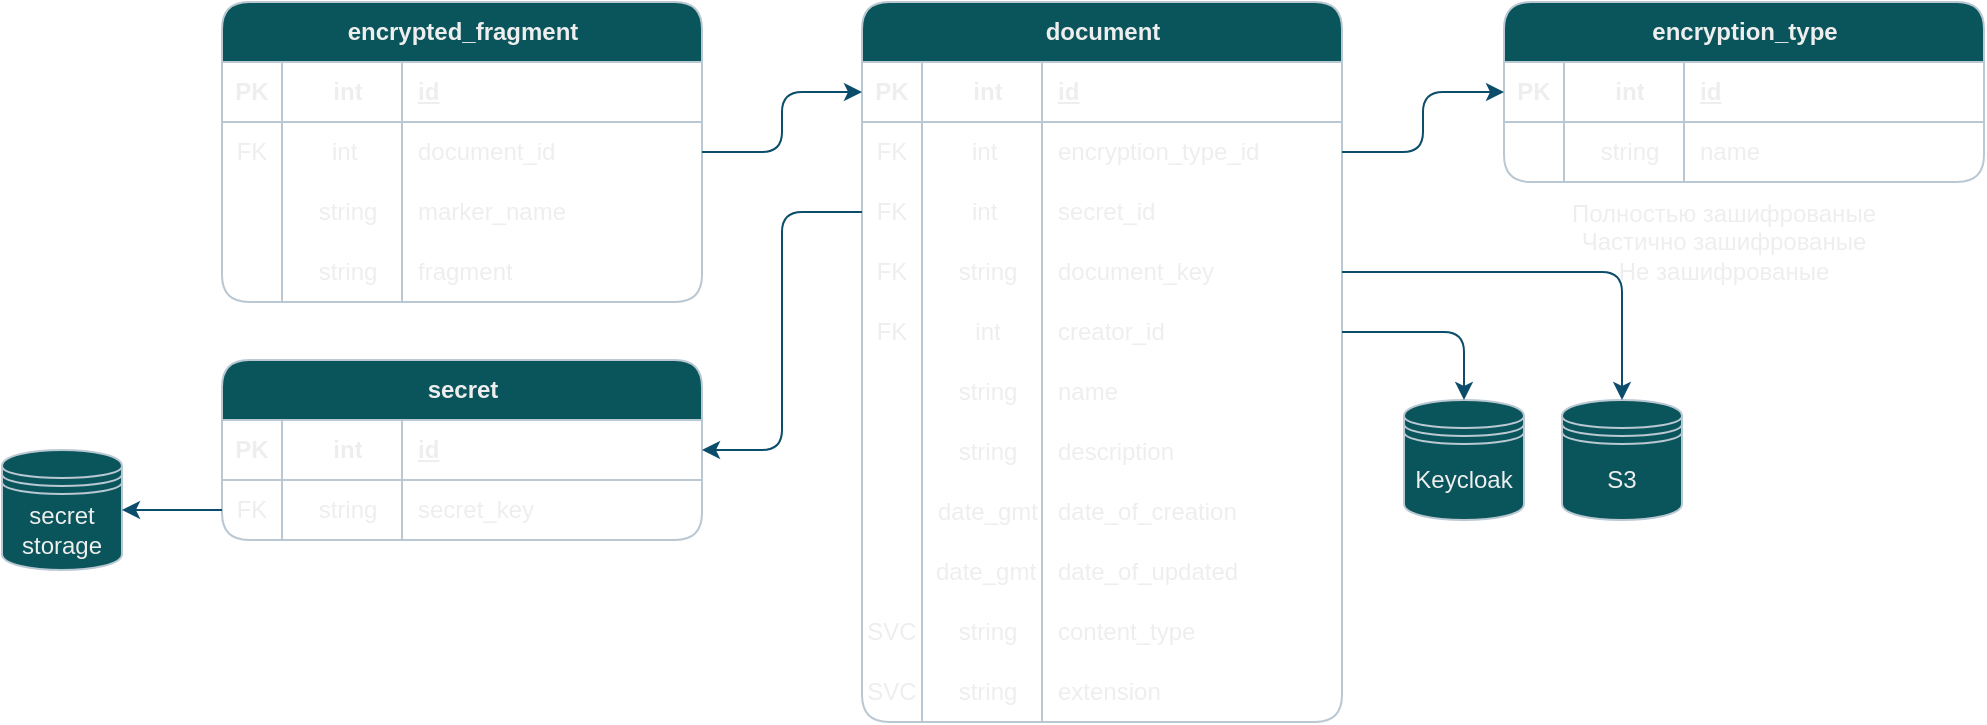
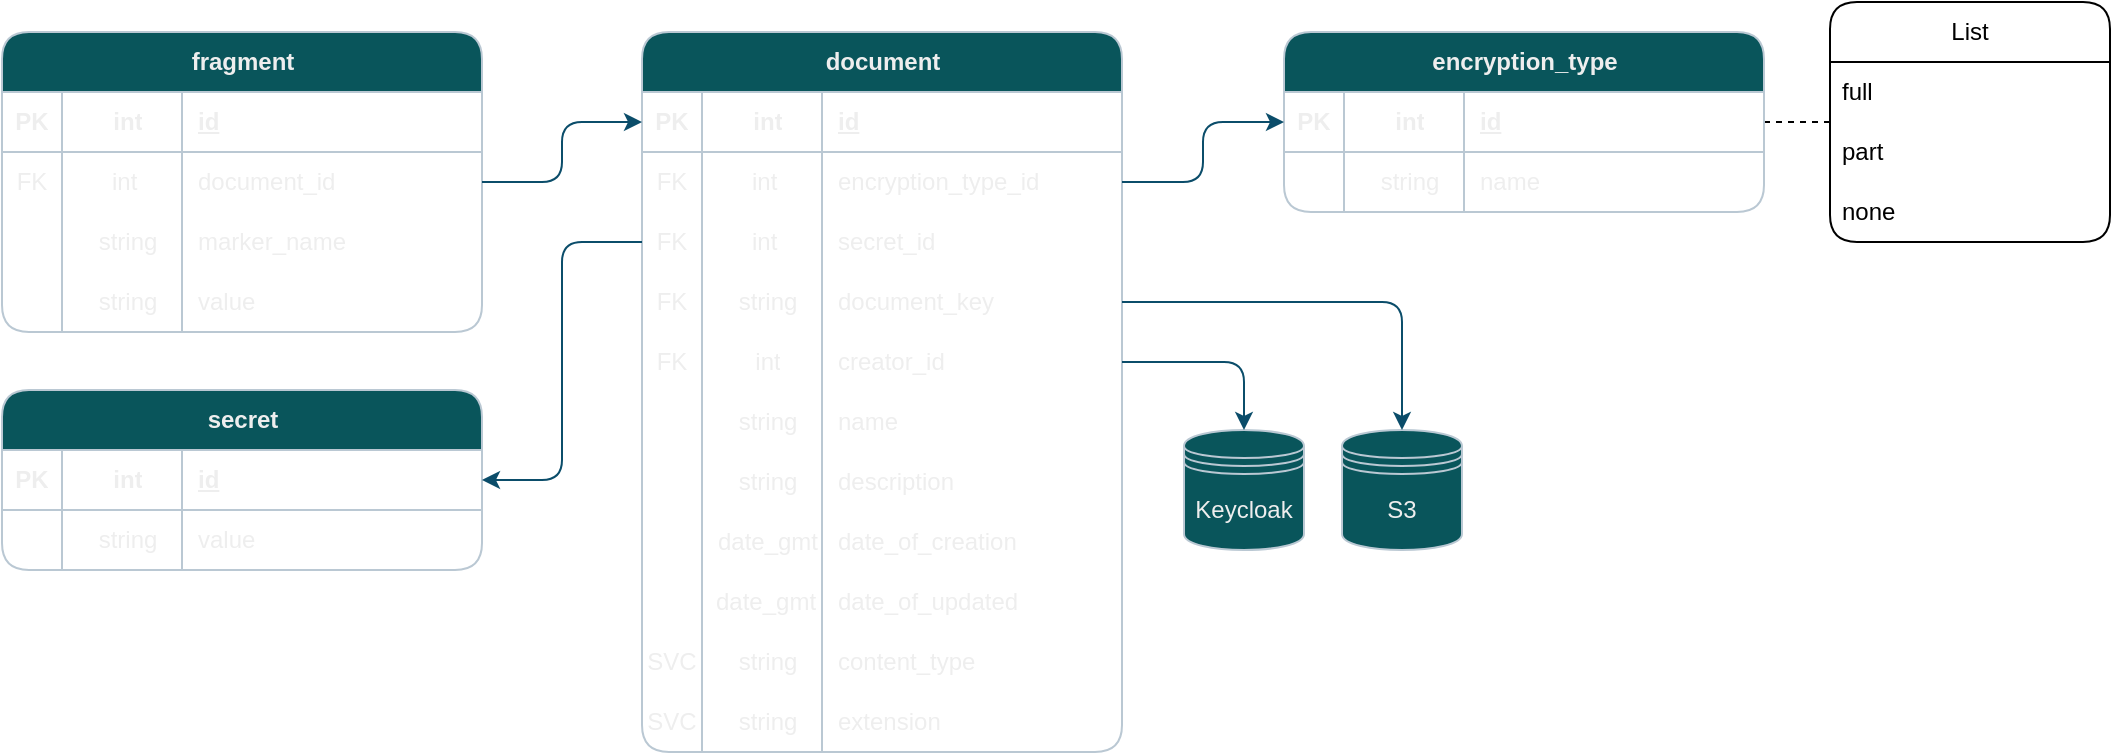
<mxfile host="65bd71144e">
    <diagram name="ER" id="ozNQdtyLzqo4yl6MguCJ">
-         <mxGraphModel dx="726" dy="1956" grid="1" gridSize="10" guides="1" tooltips="1" connect="1" arrows="1" fold="1" page="1" pageScale="1" pageWidth="827" pageHeight="1169" background="none" math="0" shadow="0" adaptiveColors="simple">
+         <mxGraphModel dx="666" dy="1712" grid="1" gridSize="10" guides="1" tooltips="1" connect="1" arrows="1" fold="1" page="1" pageScale="1" pageWidth="827" pageHeight="1169" background="none" math="0" shadow="0" adaptiveColors="simple">
            <root>
                <mxCell id="0"/>
                <mxCell id="1" parent="0"/>
                <mxCell id="WeMIfrzVzb1mhSaOXlbd-22" value="document" style="shape=table;startSize=30;container=1;collapsible=1;childLayout=tableLayout;fixedRows=1;rowLines=0;fontStyle=1;align=center;resizeLast=1;html=1;rounded=1;strokeColor=#BAC8D3;fontColor=#EEEEEE;fillColor=#09555B;labelBackgroundColor=none;" parent="1" vertex="1">
                    <mxGeometry x="920" y="-199" width="240" height="360" as="geometry"/>
                </mxCell>
                <mxCell id="WeMIfrzVzb1mhSaOXlbd-23" value="" style="shape=tableRow;horizontal=0;startSize=0;swimlaneHead=0;swimlaneBody=0;fillColor=none;collapsible=0;dropTarget=0;points=[[0,0.5],[1,0.5]];portConstraint=eastwest;top=0;left=0;right=0;bottom=1;rounded=1;strokeColor=#BAC8D3;fontColor=#EEEEEE;labelBackgroundColor=none;" parent="WeMIfrzVzb1mhSaOXlbd-22" vertex="1">
                    <mxGeometry y="30" width="240" height="30" as="geometry"/>
                </mxCell>
                <mxCell id="WeMIfrzVzb1mhSaOXlbd-24" value="PK" style="shape=partialRectangle;connectable=0;fillColor=none;top=0;left=0;bottom=0;right=0;fontStyle=1;overflow=hidden;whiteSpace=wrap;html=1;rounded=1;strokeColor=#BAC8D3;fontColor=#EEEEEE;labelBackgroundColor=none;" parent="WeMIfrzVzb1mhSaOXlbd-23" vertex="1">
                    <mxGeometry width="30" height="30" as="geometry">
                        <mxRectangle width="30" height="30" as="alternateBounds"/>
                    </mxGeometry>
                </mxCell>
                <mxCell id="WeMIfrzVzb1mhSaOXlbd-25" value="int" style="shape=partialRectangle;connectable=0;fillColor=none;top=0;left=0;bottom=0;right=0;align=center;spacingLeft=6;fontStyle=1;overflow=hidden;whiteSpace=wrap;html=1;rounded=1;strokeColor=#BAC8D3;fontColor=#EEEEEE;labelBackgroundColor=none;" parent="WeMIfrzVzb1mhSaOXlbd-23" vertex="1">
                    <mxGeometry x="30" width="60" height="30" as="geometry">
                        <mxRectangle width="60" height="30" as="alternateBounds"/>
                    </mxGeometry>
                </mxCell>
                <mxCell id="WeMIfrzVzb1mhSaOXlbd-26" value="id" style="shape=partialRectangle;connectable=0;fillColor=none;top=0;left=0;bottom=0;right=0;align=left;spacingLeft=6;fontStyle=5;overflow=hidden;whiteSpace=wrap;html=1;rounded=1;strokeColor=#BAC8D3;fontColor=#EEEEEE;labelBackgroundColor=none;" parent="WeMIfrzVzb1mhSaOXlbd-23" vertex="1">
                    <mxGeometry x="90" width="150" height="30" as="geometry">
                        <mxRectangle width="150" height="30" as="alternateBounds"/>
                    </mxGeometry>
                </mxCell>
                <mxCell id="9z7OLy6JW_8dJLC3T-MT-35" style="shape=tableRow;horizontal=0;startSize=0;swimlaneHead=0;swimlaneBody=0;fillColor=none;collapsible=0;dropTarget=0;points=[[0,0.5],[1,0.5]];portConstraint=eastwest;top=0;left=0;right=0;bottom=0;rounded=1;strokeColor=#BAC8D3;fontColor=#EEEEEE;labelBackgroundColor=none;" parent="WeMIfrzVzb1mhSaOXlbd-22" vertex="1">
                    <mxGeometry y="60" width="240" height="30" as="geometry"/>
                </mxCell>
                <mxCell id="9z7OLy6JW_8dJLC3T-MT-36" value="FK" style="shape=partialRectangle;connectable=0;fillColor=none;top=0;left=0;bottom=0;right=0;editable=1;overflow=hidden;whiteSpace=wrap;html=1;rounded=1;strokeColor=#BAC8D3;fontColor=#EEEEEE;labelBackgroundColor=none;" parent="9z7OLy6JW_8dJLC3T-MT-35" vertex="1">
                    <mxGeometry width="30" height="30" as="geometry">
                        <mxRectangle width="30" height="30" as="alternateBounds"/>
                    </mxGeometry>
                </mxCell>
                <mxCell id="9z7OLy6JW_8dJLC3T-MT-37" value="int&amp;nbsp;" style="shape=partialRectangle;connectable=0;fillColor=none;top=0;left=0;bottom=0;right=0;align=center;spacingLeft=6;overflow=hidden;whiteSpace=wrap;html=1;rounded=1;strokeColor=#BAC8D3;fontColor=#EEEEEE;fontStyle=0;labelBackgroundColor=none;" parent="9z7OLy6JW_8dJLC3T-MT-35" vertex="1">
                    <mxGeometry x="30" width="60" height="30" as="geometry">
                        <mxRectangle width="60" height="30" as="alternateBounds"/>
                    </mxGeometry>
                </mxCell>
                <mxCell id="9z7OLy6JW_8dJLC3T-MT-38" value="encryption_type_id" style="shape=partialRectangle;connectable=0;fillColor=none;top=0;left=0;bottom=0;right=0;align=left;spacingLeft=6;overflow=hidden;whiteSpace=wrap;html=1;rounded=1;strokeColor=#BAC8D3;fontColor=#EEEEEE;labelBackgroundColor=none;" parent="9z7OLy6JW_8dJLC3T-MT-35" vertex="1">
                    <mxGeometry x="90" width="150" height="30" as="geometry">
                        <mxRectangle width="150" height="30" as="alternateBounds"/>
                    </mxGeometry>
                </mxCell>
                <mxCell id="WeMIfrzVzb1mhSaOXlbd-31" value="" style="shape=tableRow;horizontal=0;startSize=0;swimlaneHead=0;swimlaneBody=0;fillColor=none;collapsible=0;dropTarget=0;points=[[0,0.5],[1,0.5]];portConstraint=eastwest;top=0;left=0;right=0;bottom=0;rounded=1;strokeColor=#BAC8D3;fontColor=#EEEEEE;labelBackgroundColor=none;" parent="WeMIfrzVzb1mhSaOXlbd-22" vertex="1">
                    <mxGeometry y="90" width="240" height="30" as="geometry"/>
                </mxCell>
                <mxCell id="WeMIfrzVzb1mhSaOXlbd-32" value="FK" style="shape=partialRectangle;connectable=0;fillColor=none;top=0;left=0;bottom=0;right=0;editable=1;overflow=hidden;whiteSpace=wrap;html=1;rounded=1;strokeColor=#BAC8D3;fontColor=#EEEEEE;labelBackgroundColor=none;" parent="WeMIfrzVzb1mhSaOXlbd-31" vertex="1">
                    <mxGeometry width="30" height="30" as="geometry">
                        <mxRectangle width="30" height="30" as="alternateBounds"/>
                    </mxGeometry>
                </mxCell>
                <mxCell id="WeMIfrzVzb1mhSaOXlbd-33" value="int&amp;nbsp;" style="shape=partialRectangle;connectable=0;fillColor=none;top=0;left=0;bottom=0;right=0;align=center;spacingLeft=6;overflow=hidden;whiteSpace=wrap;html=1;rounded=1;strokeColor=#BAC8D3;fontColor=#EEEEEE;fontStyle=0;labelBackgroundColor=none;" parent="WeMIfrzVzb1mhSaOXlbd-31" vertex="1">
                    <mxGeometry x="30" width="60" height="30" as="geometry">
                        <mxRectangle width="60" height="30" as="alternateBounds"/>
                    </mxGeometry>
                </mxCell>
                <mxCell id="WeMIfrzVzb1mhSaOXlbd-34" value="secret_id" style="shape=partialRectangle;connectable=0;fillColor=none;top=0;left=0;bottom=0;right=0;align=left;spacingLeft=6;overflow=hidden;whiteSpace=wrap;html=1;rounded=1;strokeColor=#BAC8D3;fontColor=#EEEEEE;labelBackgroundColor=none;" parent="WeMIfrzVzb1mhSaOXlbd-31" vertex="1">
                    <mxGeometry x="90" width="150" height="30" as="geometry">
                        <mxRectangle width="150" height="30" as="alternateBounds"/>
                    </mxGeometry>
                </mxCell>
                <mxCell id="WeMIfrzVzb1mhSaOXlbd-27" value="" style="shape=tableRow;horizontal=0;startSize=0;swimlaneHead=0;swimlaneBody=0;fillColor=none;collapsible=0;dropTarget=0;points=[[0,0.5],[1,0.5]];portConstraint=eastwest;top=0;left=0;right=0;bottom=0;rounded=1;strokeColor=#BAC8D3;fontColor=#EEEEEE;labelBackgroundColor=none;" parent="WeMIfrzVzb1mhSaOXlbd-22" vertex="1">
                    <mxGeometry y="120" width="240" height="30" as="geometry"/>
                </mxCell>
                <mxCell id="WeMIfrzVzb1mhSaOXlbd-28" value="FK" style="shape=partialRectangle;connectable=0;fillColor=none;top=0;left=0;bottom=0;right=0;editable=1;overflow=hidden;whiteSpace=wrap;html=1;rounded=1;strokeColor=#BAC8D3;fontColor=#EEEEEE;labelBackgroundColor=none;" parent="WeMIfrzVzb1mhSaOXlbd-27" vertex="1">
                    <mxGeometry width="30" height="30" as="geometry">
                        <mxRectangle width="30" height="30" as="alternateBounds"/>
                    </mxGeometry>
                </mxCell>
                <mxCell id="WeMIfrzVzb1mhSaOXlbd-29" value="string" style="shape=partialRectangle;connectable=0;fillColor=none;top=0;left=0;bottom=0;right=0;align=center;spacingLeft=6;overflow=hidden;whiteSpace=wrap;html=1;rounded=1;strokeColor=#BAC8D3;fontColor=#EEEEEE;fontStyle=0;labelBackgroundColor=none;" parent="WeMIfrzVzb1mhSaOXlbd-27" vertex="1">
                    <mxGeometry x="30" width="60" height="30" as="geometry">
                        <mxRectangle width="60" height="30" as="alternateBounds"/>
                    </mxGeometry>
                </mxCell>
                <mxCell id="WeMIfrzVzb1mhSaOXlbd-30" value="document_key" style="shape=partialRectangle;connectable=0;fillColor=none;top=0;left=0;bottom=0;right=0;align=left;spacingLeft=6;overflow=hidden;whiteSpace=wrap;html=1;rounded=1;strokeColor=#BAC8D3;fontColor=#EEEEEE;labelBackgroundColor=none;" parent="WeMIfrzVzb1mhSaOXlbd-27" vertex="1">
                    <mxGeometry x="90" width="150" height="30" as="geometry">
                        <mxRectangle width="150" height="30" as="alternateBounds"/>
                    </mxGeometry>
                </mxCell>
                <mxCell id="9z7OLy6JW_8dJLC3T-MT-43" style="shape=tableRow;horizontal=0;startSize=0;swimlaneHead=0;swimlaneBody=0;fillColor=none;collapsible=0;dropTarget=0;points=[[0,0.5],[1,0.5]];portConstraint=eastwest;top=0;left=0;right=0;bottom=0;rounded=1;strokeColor=#BAC8D3;fontColor=#EEEEEE;labelBackgroundColor=none;" parent="WeMIfrzVzb1mhSaOXlbd-22" vertex="1">
                    <mxGeometry y="150" width="240" height="30" as="geometry"/>
                </mxCell>
                <mxCell id="9z7OLy6JW_8dJLC3T-MT-44" value="FK" style="shape=partialRectangle;connectable=0;fillColor=none;top=0;left=0;bottom=0;right=0;editable=1;overflow=hidden;whiteSpace=wrap;html=1;rounded=1;strokeColor=#BAC8D3;fontColor=#EEEEEE;labelBackgroundColor=none;" parent="9z7OLy6JW_8dJLC3T-MT-43" vertex="1">
                    <mxGeometry width="30" height="30" as="geometry">
                        <mxRectangle width="30" height="30" as="alternateBounds"/>
                    </mxGeometry>
                </mxCell>
                <mxCell id="9z7OLy6JW_8dJLC3T-MT-45" value="int" style="shape=partialRectangle;connectable=0;fillColor=none;top=0;left=0;bottom=0;right=0;align=center;spacingLeft=6;overflow=hidden;whiteSpace=wrap;html=1;rounded=1;strokeColor=#BAC8D3;fontColor=#EEEEEE;fontStyle=0;labelBackgroundColor=none;" parent="9z7OLy6JW_8dJLC3T-MT-43" vertex="1">
                    <mxGeometry x="30" width="60" height="30" as="geometry">
                        <mxRectangle width="60" height="30" as="alternateBounds"/>
                    </mxGeometry>
                </mxCell>
                <mxCell id="9z7OLy6JW_8dJLC3T-MT-46" value="creator_id" style="shape=partialRectangle;connectable=0;fillColor=none;top=0;left=0;bottom=0;right=0;align=left;spacingLeft=6;overflow=hidden;whiteSpace=wrap;html=1;rounded=1;strokeColor=#BAC8D3;fontColor=#EEEEEE;labelBackgroundColor=none;" parent="9z7OLy6JW_8dJLC3T-MT-43" vertex="1">
                    <mxGeometry x="90" width="150" height="30" as="geometry">
                        <mxRectangle width="150" height="30" as="alternateBounds"/>
                    </mxGeometry>
                </mxCell>
                <mxCell id="02yuYbhJ1XJTnmvCylMU-35" style="shape=tableRow;horizontal=0;startSize=0;swimlaneHead=0;swimlaneBody=0;fillColor=none;collapsible=0;dropTarget=0;points=[[0,0.5],[1,0.5]];portConstraint=eastwest;top=0;left=0;right=0;bottom=0;rounded=1;strokeColor=#BAC8D3;fontColor=#EEEEEE;labelBackgroundColor=none;" parent="WeMIfrzVzb1mhSaOXlbd-22" vertex="1">
                    <mxGeometry y="180" width="240" height="30" as="geometry"/>
                </mxCell>
                <mxCell id="02yuYbhJ1XJTnmvCylMU-36" style="shape=partialRectangle;connectable=0;fillColor=none;top=0;left=0;bottom=0;right=0;editable=1;overflow=hidden;whiteSpace=wrap;html=1;rounded=1;strokeColor=#BAC8D3;fontColor=#EEEEEE;labelBackgroundColor=none;" parent="02yuYbhJ1XJTnmvCylMU-35" vertex="1">
                    <mxGeometry width="30" height="30" as="geometry">
                        <mxRectangle width="30" height="30" as="alternateBounds"/>
                    </mxGeometry>
                </mxCell>
                <mxCell id="02yuYbhJ1XJTnmvCylMU-37" value="string" style="shape=partialRectangle;connectable=0;fillColor=none;top=0;left=0;bottom=0;right=0;align=center;spacingLeft=6;overflow=hidden;whiteSpace=wrap;html=1;rounded=1;strokeColor=#BAC8D3;fontColor=#EEEEEE;fontStyle=0;labelBackgroundColor=none;" parent="02yuYbhJ1XJTnmvCylMU-35" vertex="1">
                    <mxGeometry x="30" width="60" height="30" as="geometry">
                        <mxRectangle width="60" height="30" as="alternateBounds"/>
                    </mxGeometry>
                </mxCell>
                <mxCell id="02yuYbhJ1XJTnmvCylMU-38" value="name" style="shape=partialRectangle;connectable=0;fillColor=none;top=0;left=0;bottom=0;right=0;align=left;spacingLeft=6;overflow=hidden;whiteSpace=wrap;html=1;rounded=1;strokeColor=#BAC8D3;fontColor=#EEEEEE;labelBackgroundColor=none;" parent="02yuYbhJ1XJTnmvCylMU-35" vertex="1">
                    <mxGeometry x="90" width="150" height="30" as="geometry">
                        <mxRectangle width="150" height="30" as="alternateBounds"/>
                    </mxGeometry>
                </mxCell>
                <mxCell id="02yuYbhJ1XJTnmvCylMU-31" style="shape=tableRow;horizontal=0;startSize=0;swimlaneHead=0;swimlaneBody=0;fillColor=none;collapsible=0;dropTarget=0;points=[[0,0.5],[1,0.5]];portConstraint=eastwest;top=0;left=0;right=0;bottom=0;rounded=1;strokeColor=#BAC8D3;fontColor=#EEEEEE;labelBackgroundColor=none;" parent="WeMIfrzVzb1mhSaOXlbd-22" vertex="1">
                    <mxGeometry y="210" width="240" height="30" as="geometry"/>
                </mxCell>
                <mxCell id="02yuYbhJ1XJTnmvCylMU-32" style="shape=partialRectangle;connectable=0;fillColor=none;top=0;left=0;bottom=0;right=0;editable=1;overflow=hidden;whiteSpace=wrap;html=1;rounded=1;strokeColor=#BAC8D3;fontColor=#EEEEEE;labelBackgroundColor=none;" parent="02yuYbhJ1XJTnmvCylMU-31" vertex="1">
                    <mxGeometry width="30" height="30" as="geometry">
                        <mxRectangle width="30" height="30" as="alternateBounds"/>
                    </mxGeometry>
                </mxCell>
                <mxCell id="02yuYbhJ1XJTnmvCylMU-33" value="string" style="shape=partialRectangle;connectable=0;fillColor=none;top=0;left=0;bottom=0;right=0;align=center;spacingLeft=6;overflow=hidden;whiteSpace=wrap;html=1;rounded=1;strokeColor=#BAC8D3;fontColor=#EEEEEE;fontStyle=0;labelBackgroundColor=none;" parent="02yuYbhJ1XJTnmvCylMU-31" vertex="1">
                    <mxGeometry x="30" width="60" height="30" as="geometry">
                        <mxRectangle width="60" height="30" as="alternateBounds"/>
                    </mxGeometry>
                </mxCell>
                <mxCell id="02yuYbhJ1XJTnmvCylMU-34" value="description" style="shape=partialRectangle;connectable=0;fillColor=none;top=0;left=0;bottom=0;right=0;align=left;spacingLeft=6;overflow=hidden;whiteSpace=wrap;html=1;rounded=1;strokeColor=#BAC8D3;fontColor=#EEEEEE;labelBackgroundColor=none;" parent="02yuYbhJ1XJTnmvCylMU-31" vertex="1">
                    <mxGeometry x="90" width="150" height="30" as="geometry">
                        <mxRectangle width="150" height="30" as="alternateBounds"/>
                    </mxGeometry>
                </mxCell>
                <mxCell id="DQQT187eWOYeW75ENzVE-5" style="shape=tableRow;horizontal=0;startSize=0;swimlaneHead=0;swimlaneBody=0;fillColor=none;collapsible=0;dropTarget=0;points=[[0,0.5],[1,0.5]];portConstraint=eastwest;top=0;left=0;right=0;bottom=0;rounded=1;strokeColor=#BAC8D3;fontColor=#EEEEEE;labelBackgroundColor=none;" parent="WeMIfrzVzb1mhSaOXlbd-22" vertex="1">
                    <mxGeometry y="240" width="240" height="30" as="geometry"/>
                </mxCell>
                <mxCell id="DQQT187eWOYeW75ENzVE-6" style="shape=partialRectangle;connectable=0;fillColor=none;top=0;left=0;bottom=0;right=0;editable=1;overflow=hidden;whiteSpace=wrap;html=1;rounded=1;strokeColor=#BAC8D3;fontColor=#EEEEEE;labelBackgroundColor=none;" parent="DQQT187eWOYeW75ENzVE-5" vertex="1">
                    <mxGeometry width="30" height="30" as="geometry">
                        <mxRectangle width="30" height="30" as="alternateBounds"/>
                    </mxGeometry>
                </mxCell>
                <mxCell id="DQQT187eWOYeW75ENzVE-7" value="date_gmt" style="shape=partialRectangle;connectable=0;fillColor=none;top=0;left=0;bottom=0;right=0;align=center;spacingLeft=6;overflow=hidden;whiteSpace=wrap;html=1;rounded=1;strokeColor=#BAC8D3;fontColor=#EEEEEE;fontStyle=0;labelBackgroundColor=none;" parent="DQQT187eWOYeW75ENzVE-5" vertex="1">
                    <mxGeometry x="30" width="60" height="30" as="geometry">
                        <mxRectangle width="60" height="30" as="alternateBounds"/>
                    </mxGeometry>
                </mxCell>
                <mxCell id="DQQT187eWOYeW75ENzVE-8" value="date_of_creation" style="shape=partialRectangle;connectable=0;fillColor=none;top=0;left=0;bottom=0;right=0;align=left;spacingLeft=6;overflow=hidden;whiteSpace=wrap;html=1;rounded=1;strokeColor=#BAC8D3;fontColor=#EEEEEE;labelBackgroundColor=none;" parent="DQQT187eWOYeW75ENzVE-5" vertex="1">
                    <mxGeometry x="90" width="150" height="30" as="geometry">
                        <mxRectangle width="150" height="30" as="alternateBounds"/>
                    </mxGeometry>
                </mxCell>
                <mxCell id="DQQT187eWOYeW75ENzVE-9" style="shape=tableRow;horizontal=0;startSize=0;swimlaneHead=0;swimlaneBody=0;fillColor=none;collapsible=0;dropTarget=0;points=[[0,0.5],[1,0.5]];portConstraint=eastwest;top=0;left=0;right=0;bottom=0;rounded=1;strokeColor=#BAC8D3;fontColor=#EEEEEE;labelBackgroundColor=none;" parent="WeMIfrzVzb1mhSaOXlbd-22" vertex="1">
                    <mxGeometry y="270" width="240" height="30" as="geometry"/>
                </mxCell>
                <mxCell id="DQQT187eWOYeW75ENzVE-10" style="shape=partialRectangle;connectable=0;fillColor=none;top=0;left=0;bottom=0;right=0;editable=1;overflow=hidden;whiteSpace=wrap;html=1;rounded=1;strokeColor=#BAC8D3;fontColor=#EEEEEE;labelBackgroundColor=none;" parent="DQQT187eWOYeW75ENzVE-9" vertex="1">
                    <mxGeometry width="30" height="30" as="geometry">
                        <mxRectangle width="30" height="30" as="alternateBounds"/>
                    </mxGeometry>
                </mxCell>
                <mxCell id="DQQT187eWOYeW75ENzVE-11" value="date_gmt&amp;nbsp;" style="shape=partialRectangle;connectable=0;fillColor=none;top=0;left=0;bottom=0;right=0;align=center;spacingLeft=6;overflow=hidden;whiteSpace=wrap;html=1;rounded=1;strokeColor=#BAC8D3;fontColor=#EEEEEE;fontStyle=0;labelBackgroundColor=none;" parent="DQQT187eWOYeW75ENzVE-9" vertex="1">
                    <mxGeometry x="30" width="60" height="30" as="geometry">
                        <mxRectangle width="60" height="30" as="alternateBounds"/>
                    </mxGeometry>
                </mxCell>
                <mxCell id="DQQT187eWOYeW75ENzVE-12" value="date_of_updated" style="shape=partialRectangle;connectable=0;fillColor=none;top=0;left=0;bottom=0;right=0;align=left;spacingLeft=6;overflow=hidden;whiteSpace=wrap;html=1;rounded=1;strokeColor=#BAC8D3;fontColor=#EEEEEE;labelBackgroundColor=none;" parent="DQQT187eWOYeW75ENzVE-9" vertex="1">
                    <mxGeometry x="90" width="150" height="30" as="geometry">
                        <mxRectangle width="150" height="30" as="alternateBounds"/>
                    </mxGeometry>
                </mxCell>
                <mxCell id="WeMIfrzVzb1mhSaOXlbd-35" value="" style="shape=tableRow;horizontal=0;startSize=0;swimlaneHead=0;swimlaneBody=0;fillColor=none;collapsible=0;dropTarget=0;points=[[0,0.5],[1,0.5]];portConstraint=eastwest;top=0;left=0;right=0;bottom=0;rounded=1;strokeColor=#BAC8D3;fontColor=#EEEEEE;labelBackgroundColor=none;" parent="WeMIfrzVzb1mhSaOXlbd-22" vertex="1">
                    <mxGeometry y="300" width="240" height="30" as="geometry"/>
                </mxCell>
                <mxCell id="WeMIfrzVzb1mhSaOXlbd-36" value="SVC" style="shape=partialRectangle;connectable=0;fillColor=none;top=0;left=0;bottom=0;right=0;editable=1;overflow=hidden;whiteSpace=wrap;html=1;rounded=1;strokeColor=#BAC8D3;fontColor=#EEEEEE;labelBackgroundColor=none;" parent="WeMIfrzVzb1mhSaOXlbd-35" vertex="1">
                    <mxGeometry width="30" height="30" as="geometry">
                        <mxRectangle width="30" height="30" as="alternateBounds"/>
                    </mxGeometry>
                </mxCell>
                <mxCell id="WeMIfrzVzb1mhSaOXlbd-37" value="string" style="shape=partialRectangle;connectable=0;fillColor=none;top=0;left=0;bottom=0;right=0;align=center;spacingLeft=6;overflow=hidden;whiteSpace=wrap;html=1;rounded=1;strokeColor=#BAC8D3;fontColor=#EEEEEE;fontStyle=0;labelBackgroundColor=none;" parent="WeMIfrzVzb1mhSaOXlbd-35" vertex="1">
                    <mxGeometry x="30" width="60" height="30" as="geometry">
                        <mxRectangle width="60" height="30" as="alternateBounds"/>
                    </mxGeometry>
                </mxCell>
                <mxCell id="WeMIfrzVzb1mhSaOXlbd-38" value="content_type" style="shape=partialRectangle;connectable=0;fillColor=none;top=0;left=0;bottom=0;right=0;align=left;spacingLeft=6;overflow=hidden;whiteSpace=wrap;html=1;rounded=1;strokeColor=#BAC8D3;fontColor=#EEEEEE;labelBackgroundColor=none;" parent="WeMIfrzVzb1mhSaOXlbd-35" vertex="1">
                    <mxGeometry x="90" width="150" height="30" as="geometry">
                        <mxRectangle width="150" height="30" as="alternateBounds"/>
                    </mxGeometry>
                </mxCell>
                <mxCell id="DQQT187eWOYeW75ENzVE-1" style="shape=tableRow;horizontal=0;startSize=0;swimlaneHead=0;swimlaneBody=0;fillColor=none;collapsible=0;dropTarget=0;points=[[0,0.5],[1,0.5]];portConstraint=eastwest;top=0;left=0;right=0;bottom=0;rounded=1;strokeColor=#BAC8D3;fontColor=#EEEEEE;labelBackgroundColor=none;" parent="WeMIfrzVzb1mhSaOXlbd-22" vertex="1">
                    <mxGeometry y="330" width="240" height="30" as="geometry"/>
                </mxCell>
                <mxCell id="DQQT187eWOYeW75ENzVE-2" value="SVC" style="shape=partialRectangle;connectable=0;fillColor=none;top=0;left=0;bottom=0;right=0;editable=1;overflow=hidden;whiteSpace=wrap;html=1;rounded=1;strokeColor=#BAC8D3;fontColor=#EEEEEE;labelBackgroundColor=none;" parent="DQQT187eWOYeW75ENzVE-1" vertex="1">
                    <mxGeometry width="30" height="30" as="geometry">
                        <mxRectangle width="30" height="30" as="alternateBounds"/>
                    </mxGeometry>
                </mxCell>
                <mxCell id="DQQT187eWOYeW75ENzVE-3" value="string" style="shape=partialRectangle;connectable=0;fillColor=none;top=0;left=0;bottom=0;right=0;align=center;spacingLeft=6;overflow=hidden;whiteSpace=wrap;html=1;rounded=1;strokeColor=#BAC8D3;fontColor=#EEEEEE;fontStyle=0;labelBackgroundColor=none;" parent="DQQT187eWOYeW75ENzVE-1" vertex="1">
                    <mxGeometry x="30" width="60" height="30" as="geometry">
                        <mxRectangle width="60" height="30" as="alternateBounds"/>
                    </mxGeometry>
                </mxCell>
                <mxCell id="DQQT187eWOYeW75ENzVE-4" value="extension" style="shape=partialRectangle;connectable=0;fillColor=none;top=0;left=0;bottom=0;right=0;align=left;spacingLeft=6;overflow=hidden;whiteSpace=wrap;html=1;rounded=1;strokeColor=#BAC8D3;fontColor=#EEEEEE;labelBackgroundColor=none;" parent="DQQT187eWOYeW75ENzVE-1" vertex="1">
                    <mxGeometry x="90" width="150" height="30" as="geometry">
                        <mxRectangle width="150" height="30" as="alternateBounds"/>
                    </mxGeometry>
                </mxCell>
+                 <mxCell id="7" style="edgeStyle=none;html=1;dashed=1;endArrow=none;endFill=0;" parent="1" source="9z7OLy6JW_8dJLC3T-MT-18" target="2" edge="1">
+                     <mxGeometry relative="1" as="geometry"/>
+                 </mxCell>
                <mxCell id="9z7OLy6JW_8dJLC3T-MT-18" value="encryption_type" style="shape=table;startSize=30;container=1;collapsible=1;childLayout=tableLayout;fixedRows=1;rowLines=0;fontStyle=1;align=center;resizeLast=1;html=1;rounded=1;strokeColor=#BAC8D3;fontColor=#EEEEEE;fillColor=#09555B;labelBackgroundColor=none;" parent="1" vertex="1">
                    <mxGeometry x="1241" y="-199" width="240" height="90" as="geometry"/>
                </mxCell>
                <mxCell id="9z7OLy6JW_8dJLC3T-MT-19" value="" style="shape=tableRow;horizontal=0;startSize=0;swimlaneHead=0;swimlaneBody=0;fillColor=none;collapsible=0;dropTarget=0;points=[[0,0.5],[1,0.5]];portConstraint=eastwest;top=0;left=0;right=0;bottom=1;rounded=1;strokeColor=#BAC8D3;fontColor=#EEEEEE;labelBackgroundColor=none;" parent="9z7OLy6JW_8dJLC3T-MT-18" vertex="1">
                    <mxGeometry y="30" width="240" height="30" as="geometry"/>
                </mxCell>
                <mxCell id="9z7OLy6JW_8dJLC3T-MT-20" value="PK" style="shape=partialRectangle;connectable=0;fillColor=none;top=0;left=0;bottom=0;right=0;fontStyle=1;overflow=hidden;whiteSpace=wrap;html=1;rounded=1;strokeColor=#BAC8D3;fontColor=#EEEEEE;labelBackgroundColor=none;" parent="9z7OLy6JW_8dJLC3T-MT-19" vertex="1">
                    <mxGeometry width="30" height="30" as="geometry">
                        <mxRectangle width="30" height="30" as="alternateBounds"/>
                    </mxGeometry>
                </mxCell>
                <mxCell id="9z7OLy6JW_8dJLC3T-MT-21" value="int" style="shape=partialRectangle;connectable=0;fillColor=none;top=0;left=0;bottom=0;right=0;align=center;spacingLeft=6;fontStyle=1;overflow=hidden;whiteSpace=wrap;html=1;rounded=1;strokeColor=#BAC8D3;fontColor=#EEEEEE;labelBackgroundColor=none;" parent="9z7OLy6JW_8dJLC3T-MT-19" vertex="1">
                    <mxGeometry x="30" width="60" height="30" as="geometry">
                        <mxRectangle width="60" height="30" as="alternateBounds"/>
                    </mxGeometry>
                </mxCell>
                <mxCell id="9z7OLy6JW_8dJLC3T-MT-22" value="id" style="shape=partialRectangle;connectable=0;fillColor=none;top=0;left=0;bottom=0;right=0;align=left;spacingLeft=6;fontStyle=5;overflow=hidden;whiteSpace=wrap;html=1;rounded=1;strokeColor=#BAC8D3;fontColor=#EEEEEE;labelBackgroundColor=none;" parent="9z7OLy6JW_8dJLC3T-MT-19" vertex="1">
                    <mxGeometry x="90" width="150" height="30" as="geometry">
                        <mxRectangle width="150" height="30" as="alternateBounds"/>
                    </mxGeometry>
                </mxCell>
                <mxCell id="9z7OLy6JW_8dJLC3T-MT-23" value="" style="shape=tableRow;horizontal=0;startSize=0;swimlaneHead=0;swimlaneBody=0;fillColor=none;collapsible=0;dropTarget=0;points=[[0,0.5],[1,0.5]];portConstraint=eastwest;top=0;left=0;right=0;bottom=0;rounded=1;strokeColor=#BAC8D3;fontColor=#EEEEEE;labelBackgroundColor=none;" parent="9z7OLy6JW_8dJLC3T-MT-18" vertex="1">
                    <mxGeometry y="60" width="240" height="30" as="geometry"/>
                </mxCell>
                <mxCell id="9z7OLy6JW_8dJLC3T-MT-24" value="" style="shape=partialRectangle;connectable=0;fillColor=none;top=0;left=0;bottom=0;right=0;editable=1;overflow=hidden;whiteSpace=wrap;html=1;rounded=1;strokeColor=#BAC8D3;fontColor=#EEEEEE;labelBackgroundColor=none;" parent="9z7OLy6JW_8dJLC3T-MT-23" vertex="1">
                    <mxGeometry width="30" height="30" as="geometry">
                        <mxRectangle width="30" height="30" as="alternateBounds"/>
                    </mxGeometry>
                </mxCell>
                <mxCell id="9z7OLy6JW_8dJLC3T-MT-25" value="string" style="shape=partialRectangle;connectable=0;fillColor=none;top=0;left=0;bottom=0;right=0;align=center;spacingLeft=6;overflow=hidden;whiteSpace=wrap;html=1;rounded=1;strokeColor=#BAC8D3;fontColor=#EEEEEE;fontStyle=0;labelBackgroundColor=none;" parent="9z7OLy6JW_8dJLC3T-MT-23" vertex="1">
                    <mxGeometry x="30" width="60" height="30" as="geometry">
                        <mxRectangle width="60" height="30" as="alternateBounds"/>
                    </mxGeometry>
                </mxCell>
                <mxCell id="9z7OLy6JW_8dJLC3T-MT-26" value="name" style="shape=partialRectangle;connectable=0;fillColor=none;top=0;left=0;bottom=0;right=0;align=left;spacingLeft=6;overflow=hidden;whiteSpace=wrap;html=1;rounded=1;strokeColor=#BAC8D3;fontColor=#EEEEEE;labelBackgroundColor=none;" parent="9z7OLy6JW_8dJLC3T-MT-23" vertex="1">
                    <mxGeometry x="90" width="150" height="30" as="geometry">
                        <mxRectangle width="150" height="30" as="alternateBounds"/>
                    </mxGeometry>
                </mxCell>
                <mxCell id="9z7OLy6JW_8dJLC3T-MT-39" style="edgeStyle=orthogonalEdgeStyle;rounded=1;orthogonalLoop=1;jettySize=auto;html=1;strokeColor=#0B4D6A;fontColor=default;labelBackgroundColor=none;" parent="1" source="9z7OLy6JW_8dJLC3T-MT-35" target="9z7OLy6JW_8dJLC3T-MT-19" edge="1">
                    <mxGeometry relative="1" as="geometry"/>
                </mxCell>
-                 <mxCell id="9z7OLy6JW_8dJLC3T-MT-42" value="Полностью зашифрованые&lt;br&gt;Частично зашифрованые&lt;br&gt;Не зашифрованые" style="text;html=1;whiteSpace=wrap;strokeColor=none;fillColor=none;align=center;verticalAlign=middle;rounded=1;fontColor=#EEEEEE;labelBackgroundColor=none;" parent="1" vertex="1">
-                     <mxGeometry x="1251" y="-94" width="200" height="30" as="geometry"/>
-                 </mxCell>
                <mxCell id="Ss69--j9Xr4CP8lc5kw8-1" value="S3" style="shape=datastore;whiteSpace=wrap;html=1;strokeColor=#BAC8D3;fontColor=#EEEEEE;fillColor=#09555B;rounded=1;" parent="1" vertex="1">
                    <mxGeometry x="1270" width="60" height="60" as="geometry"/>
                </mxCell>
                <mxCell id="Ss69--j9Xr4CP8lc5kw8-2" style="edgeStyle=orthogonalEdgeStyle;rounded=1;orthogonalLoop=1;jettySize=auto;html=1;strokeColor=#0B4D6A;" parent="1" source="WeMIfrzVzb1mhSaOXlbd-27" target="Ss69--j9Xr4CP8lc5kw8-1" edge="1">
                    <mxGeometry relative="1" as="geometry"/>
                </mxCell>
-                 <mxCell id="Ss69--j9Xr4CP8lc5kw8-3" value="encrypted_fragment" style="shape=table;startSize=30;container=1;collapsible=1;childLayout=tableLayout;fixedRows=1;rowLines=0;fontStyle=1;align=center;resizeLast=1;html=1;rounded=1;strokeColor=#BAC8D3;fontColor=#EEEEEE;fillColor=#09555B;labelBackgroundColor=none;" parent="1" vertex="1">
+                 <mxCell id="Ss69--j9Xr4CP8lc5kw8-3" value="fragment" style="shape=table;startSize=30;container=1;collapsible=1;childLayout=tableLayout;fixedRows=1;rowLines=0;fontStyle=1;align=center;resizeLast=1;html=1;rounded=1;strokeColor=#BAC8D3;fontColor=#EEEEEE;fillColor=#09555B;labelBackgroundColor=none;" parent="1" vertex="1">
                    <mxGeometry x="600" y="-199" width="240" height="150" as="geometry"/>
                </mxCell>
                <mxCell id="Ss69--j9Xr4CP8lc5kw8-4" value="" style="shape=tableRow;horizontal=0;startSize=0;swimlaneHead=0;swimlaneBody=0;fillColor=none;collapsible=0;dropTarget=0;points=[[0,0.5],[1,0.5]];portConstraint=eastwest;top=0;left=0;right=0;bottom=1;rounded=1;strokeColor=#BAC8D3;fontColor=#EEEEEE;labelBackgroundColor=none;" parent="Ss69--j9Xr4CP8lc5kw8-3" vertex="1">
                    <mxGeometry y="30" width="240" height="30" as="geometry"/>
                </mxCell>
                <mxCell id="Ss69--j9Xr4CP8lc5kw8-5" value="PK" style="shape=partialRectangle;connectable=0;fillColor=none;top=0;left=0;bottom=0;right=0;fontStyle=1;overflow=hidden;whiteSpace=wrap;html=1;rounded=1;strokeColor=#BAC8D3;fontColor=#EEEEEE;labelBackgroundColor=none;" parent="Ss69--j9Xr4CP8lc5kw8-4" vertex="1">
                    <mxGeometry width="30" height="30" as="geometry">
                        <mxRectangle width="30" height="30" as="alternateBounds"/>
                    </mxGeometry>
                </mxCell>
                <mxCell id="Ss69--j9Xr4CP8lc5kw8-6" value="int" style="shape=partialRectangle;connectable=0;fillColor=none;top=0;left=0;bottom=0;right=0;align=center;spacingLeft=6;fontStyle=1;overflow=hidden;whiteSpace=wrap;html=1;rounded=1;strokeColor=#BAC8D3;fontColor=#EEEEEE;labelBackgroundColor=none;" parent="Ss69--j9Xr4CP8lc5kw8-4" vertex="1">
                    <mxGeometry x="30" width="60" height="30" as="geometry">
                        <mxRectangle width="60" height="30" as="alternateBounds"/>
                    </mxGeometry>
                </mxCell>
                <mxCell id="Ss69--j9Xr4CP8lc5kw8-7" value="id" style="shape=partialRectangle;connectable=0;fillColor=none;top=0;left=0;bottom=0;right=0;align=left;spacingLeft=6;fontStyle=5;overflow=hidden;whiteSpace=wrap;html=1;rounded=1;strokeColor=#BAC8D3;fontColor=#EEEEEE;labelBackgroundColor=none;" parent="Ss69--j9Xr4CP8lc5kw8-4" vertex="1">
                    <mxGeometry x="90" width="150" height="30" as="geometry">
                        <mxRectangle width="150" height="30" as="alternateBounds"/>
                    </mxGeometry>
                </mxCell>
                <mxCell id="Ss69--j9Xr4CP8lc5kw8-8" style="shape=tableRow;horizontal=0;startSize=0;swimlaneHead=0;swimlaneBody=0;fillColor=none;collapsible=0;dropTarget=0;points=[[0,0.5],[1,0.5]];portConstraint=eastwest;top=0;left=0;right=0;bottom=0;rounded=1;strokeColor=#BAC8D3;fontColor=#EEEEEE;labelBackgroundColor=none;" parent="Ss69--j9Xr4CP8lc5kw8-3" vertex="1">
                    <mxGeometry y="60" width="240" height="30" as="geometry"/>
                </mxCell>
                <mxCell id="Ss69--j9Xr4CP8lc5kw8-9" value="FK" style="shape=partialRectangle;connectable=0;fillColor=none;top=0;left=0;bottom=0;right=0;editable=1;overflow=hidden;whiteSpace=wrap;html=1;rounded=1;strokeColor=#BAC8D3;fontColor=#EEEEEE;labelBackgroundColor=none;" parent="Ss69--j9Xr4CP8lc5kw8-8" vertex="1">
                    <mxGeometry width="30" height="30" as="geometry">
                        <mxRectangle width="30" height="30" as="alternateBounds"/>
                    </mxGeometry>
                </mxCell>
                <mxCell id="Ss69--j9Xr4CP8lc5kw8-10" value="int&amp;nbsp;" style="shape=partialRectangle;connectable=0;fillColor=none;top=0;left=0;bottom=0;right=0;align=center;spacingLeft=6;overflow=hidden;whiteSpace=wrap;html=1;rounded=1;strokeColor=#BAC8D3;fontColor=#EEEEEE;fontStyle=0;labelBackgroundColor=none;" parent="Ss69--j9Xr4CP8lc5kw8-8" vertex="1">
                    <mxGeometry x="30" width="60" height="30" as="geometry">
                        <mxRectangle width="60" height="30" as="alternateBounds"/>
                    </mxGeometry>
                </mxCell>
                <mxCell id="Ss69--j9Xr4CP8lc5kw8-11" value="document_id" style="shape=partialRectangle;connectable=0;fillColor=none;top=0;left=0;bottom=0;right=0;align=left;spacingLeft=6;overflow=hidden;whiteSpace=wrap;html=1;rounded=1;strokeColor=#BAC8D3;fontColor=#EEEEEE;labelBackgroundColor=none;" parent="Ss69--j9Xr4CP8lc5kw8-8" vertex="1">
                    <mxGeometry x="90" width="150" height="30" as="geometry">
                        <mxRectangle width="150" height="30" as="alternateBounds"/>
                    </mxGeometry>
                </mxCell>
                <mxCell id="Ss69--j9Xr4CP8lc5kw8-20" style="shape=tableRow;horizontal=0;startSize=0;swimlaneHead=0;swimlaneBody=0;fillColor=none;collapsible=0;dropTarget=0;points=[[0,0.5],[1,0.5]];portConstraint=eastwest;top=0;left=0;right=0;bottom=0;rounded=1;strokeColor=#BAC8D3;fontColor=#EEEEEE;labelBackgroundColor=none;" parent="Ss69--j9Xr4CP8lc5kw8-3" vertex="1">
                    <mxGeometry y="90" width="240" height="30" as="geometry"/>
                </mxCell>
                <mxCell id="Ss69--j9Xr4CP8lc5kw8-21" style="shape=partialRectangle;connectable=0;fillColor=none;top=0;left=0;bottom=0;right=0;editable=1;overflow=hidden;whiteSpace=wrap;html=1;rounded=1;strokeColor=#BAC8D3;fontColor=#EEEEEE;labelBackgroundColor=none;" parent="Ss69--j9Xr4CP8lc5kw8-20" vertex="1">
                    <mxGeometry width="30" height="30" as="geometry">
                        <mxRectangle width="30" height="30" as="alternateBounds"/>
                    </mxGeometry>
                </mxCell>
                <mxCell id="Ss69--j9Xr4CP8lc5kw8-22" value="string" style="shape=partialRectangle;connectable=0;fillColor=none;top=0;left=0;bottom=0;right=0;align=center;spacingLeft=6;overflow=hidden;whiteSpace=wrap;html=1;rounded=1;strokeColor=#BAC8D3;fontColor=#EEEEEE;fontStyle=0;labelBackgroundColor=none;" parent="Ss69--j9Xr4CP8lc5kw8-20" vertex="1">
                    <mxGeometry x="30" width="60" height="30" as="geometry">
                        <mxRectangle width="60" height="30" as="alternateBounds"/>
                    </mxGeometry>
                </mxCell>
                <mxCell id="Ss69--j9Xr4CP8lc5kw8-23" value="marker_name" style="shape=partialRectangle;connectable=0;fillColor=none;top=0;left=0;bottom=0;right=0;align=left;spacingLeft=6;overflow=hidden;whiteSpace=wrap;html=1;rounded=1;strokeColor=#BAC8D3;fontColor=#EEEEEE;labelBackgroundColor=none;" parent="Ss69--j9Xr4CP8lc5kw8-20" vertex="1">
                    <mxGeometry x="90" width="150" height="30" as="geometry">
                        <mxRectangle width="150" height="30" as="alternateBounds"/>
                    </mxGeometry>
                </mxCell>
                <mxCell id="Ss69--j9Xr4CP8lc5kw8-28" value="" style="shape=tableRow;horizontal=0;startSize=0;swimlaneHead=0;swimlaneBody=0;fillColor=none;collapsible=0;dropTarget=0;points=[[0,0.5],[1,0.5]];portConstraint=eastwest;top=0;left=0;right=0;bottom=0;rounded=1;strokeColor=#BAC8D3;fontColor=#EEEEEE;labelBackgroundColor=none;" parent="Ss69--j9Xr4CP8lc5kw8-3" vertex="1">
                    <mxGeometry y="120" width="240" height="30" as="geometry"/>
                </mxCell>
                <mxCell id="Ss69--j9Xr4CP8lc5kw8-29" value="" style="shape=partialRectangle;connectable=0;fillColor=none;top=0;left=0;bottom=0;right=0;editable=1;overflow=hidden;whiteSpace=wrap;html=1;rounded=1;strokeColor=#BAC8D3;fontColor=#EEEEEE;labelBackgroundColor=none;" parent="Ss69--j9Xr4CP8lc5kw8-28" vertex="1">
                    <mxGeometry width="30" height="30" as="geometry">
                        <mxRectangle width="30" height="30" as="alternateBounds"/>
                    </mxGeometry>
                </mxCell>
                <mxCell id="Ss69--j9Xr4CP8lc5kw8-30" value="string" style="shape=partialRectangle;connectable=0;fillColor=none;top=0;left=0;bottom=0;right=0;align=center;spacingLeft=6;overflow=hidden;whiteSpace=wrap;html=1;rounded=1;strokeColor=#BAC8D3;fontColor=#EEEEEE;fontStyle=0;labelBackgroundColor=none;" parent="Ss69--j9Xr4CP8lc5kw8-28" vertex="1">
                    <mxGeometry x="30" width="60" height="30" as="geometry">
                        <mxRectangle width="60" height="30" as="alternateBounds"/>
                    </mxGeometry>
                </mxCell>
-                 <mxCell id="Ss69--j9Xr4CP8lc5kw8-31" value="&lt;span style=&quot;text-align: center; white-space: nowrap;&quot;&gt;fragment&lt;/span&gt;" style="shape=partialRectangle;connectable=0;fillColor=none;top=0;left=0;bottom=0;right=0;align=left;spacingLeft=6;overflow=hidden;whiteSpace=wrap;html=1;rounded=1;strokeColor=#BAC8D3;fontColor=#EEEEEE;labelBackgroundColor=none;" parent="Ss69--j9Xr4CP8lc5kw8-28" vertex="1">
+                 <mxCell id="Ss69--j9Xr4CP8lc5kw8-31" value="&lt;span style=&quot;text-align: center; white-space: nowrap;&quot;&gt;value&lt;/span&gt;" style="shape=partialRectangle;connectable=0;fillColor=none;top=0;left=0;bottom=0;right=0;align=left;spacingLeft=6;overflow=hidden;whiteSpace=wrap;html=1;rounded=1;strokeColor=#BAC8D3;fontColor=#EEEEEE;labelBackgroundColor=none;" parent="Ss69--j9Xr4CP8lc5kw8-28" vertex="1">
                    <mxGeometry x="90" width="150" height="30" as="geometry">
                        <mxRectangle width="150" height="30" as="alternateBounds"/>
                    </mxGeometry>
                </mxCell>
                <mxCell id="Ss69--j9Xr4CP8lc5kw8-48" style="edgeStyle=orthogonalEdgeStyle;rounded=1;orthogonalLoop=1;jettySize=auto;html=1;strokeColor=#0B4D6A;" parent="1" source="Ss69--j9Xr4CP8lc5kw8-8" target="WeMIfrzVzb1mhSaOXlbd-23" edge="1">
                    <mxGeometry relative="1" as="geometry"/>
-                 </mxCell>
-                 <mxCell id="Ss69--j9Xr4CP8lc5kw8-49" value="secret storage" style="shape=datastore;whiteSpace=wrap;html=1;strokeColor=#BAC8D3;fontColor=#EEEEEE;fillColor=#09555B;rounded=1;" parent="1" vertex="1">
-                     <mxGeometry x="490" y="25" width="60" height="60" as="geometry"/>
                </mxCell>
                <mxCell id="Ss69--j9Xr4CP8lc5kw8-51" value="secret" style="shape=table;startSize=30;container=1;collapsible=1;childLayout=tableLayout;fixedRows=1;rowLines=0;fontStyle=1;align=center;resizeLast=1;html=1;rounded=1;strokeColor=#BAC8D3;fontColor=#EEEEEE;fillColor=#09555B;labelBackgroundColor=none;" parent="1" vertex="1">
                    <mxGeometry x="600" y="-20" width="240" height="90" as="geometry"/>
                </mxCell>
                <mxCell id="Ss69--j9Xr4CP8lc5kw8-52" value="" style="shape=tableRow;horizontal=0;startSize=0;swimlaneHead=0;swimlaneBody=0;fillColor=none;collapsible=0;dropTarget=0;points=[[0,0.5],[1,0.5]];portConstraint=eastwest;top=0;left=0;right=0;bottom=1;rounded=1;strokeColor=#BAC8D3;fontColor=#EEEEEE;labelBackgroundColor=none;" parent="Ss69--j9Xr4CP8lc5kw8-51" vertex="1">
                    <mxGeometry y="30" width="240" height="30" as="geometry"/>
                </mxCell>
                <mxCell id="Ss69--j9Xr4CP8lc5kw8-53" value="PK" style="shape=partialRectangle;connectable=0;fillColor=none;top=0;left=0;bottom=0;right=0;fontStyle=1;overflow=hidden;whiteSpace=wrap;html=1;rounded=1;strokeColor=#BAC8D3;fontColor=#EEEEEE;labelBackgroundColor=none;" parent="Ss69--j9Xr4CP8lc5kw8-52" vertex="1">
                    <mxGeometry width="30" height="30" as="geometry">
                        <mxRectangle width="30" height="30" as="alternateBounds"/>
                    </mxGeometry>
                </mxCell>
                <mxCell id="Ss69--j9Xr4CP8lc5kw8-54" value="int" style="shape=partialRectangle;connectable=0;fillColor=none;top=0;left=0;bottom=0;right=0;align=center;spacingLeft=6;fontStyle=1;overflow=hidden;whiteSpace=wrap;html=1;rounded=1;strokeColor=#BAC8D3;fontColor=#EEEEEE;labelBackgroundColor=none;" parent="Ss69--j9Xr4CP8lc5kw8-52" vertex="1">
                    <mxGeometry x="30" width="60" height="30" as="geometry">
                        <mxRectangle width="60" height="30" as="alternateBounds"/>
                    </mxGeometry>
                </mxCell>
                <mxCell id="Ss69--j9Xr4CP8lc5kw8-55" value="id" style="shape=partialRectangle;connectable=0;fillColor=none;top=0;left=0;bottom=0;right=0;align=left;spacingLeft=6;fontStyle=5;overflow=hidden;whiteSpace=wrap;html=1;rounded=1;strokeColor=#BAC8D3;fontColor=#EEEEEE;labelBackgroundColor=none;" parent="Ss69--j9Xr4CP8lc5kw8-52" vertex="1">
                    <mxGeometry x="90" width="150" height="30" as="geometry">
                        <mxRectangle width="150" height="30" as="alternateBounds"/>
                    </mxGeometry>
                </mxCell>
                <mxCell id="Ss69--j9Xr4CP8lc5kw8-60" style="shape=tableRow;horizontal=0;startSize=0;swimlaneHead=0;swimlaneBody=0;fillColor=none;collapsible=0;dropTarget=0;points=[[0,0.5],[1,0.5]];portConstraint=eastwest;top=0;left=0;right=0;bottom=0;rounded=1;strokeColor=#BAC8D3;fontColor=#EEEEEE;labelBackgroundColor=none;" parent="Ss69--j9Xr4CP8lc5kw8-51" vertex="1">
                    <mxGeometry y="60" width="240" height="30" as="geometry"/>
                </mxCell>
-                 <mxCell id="Ss69--j9Xr4CP8lc5kw8-61" value="FK" style="shape=partialRectangle;connectable=0;fillColor=none;top=0;left=0;bottom=0;right=0;editable=1;overflow=hidden;whiteSpace=wrap;html=1;rounded=1;strokeColor=#BAC8D3;fontColor=#EEEEEE;labelBackgroundColor=none;" parent="Ss69--j9Xr4CP8lc5kw8-60" vertex="1">
+                 <mxCell id="Ss69--j9Xr4CP8lc5kw8-61" value="" style="shape=partialRectangle;connectable=0;fillColor=none;top=0;left=0;bottom=0;right=0;editable=1;overflow=hidden;whiteSpace=wrap;html=1;rounded=1;strokeColor=#BAC8D3;fontColor=#EEEEEE;labelBackgroundColor=none;" parent="Ss69--j9Xr4CP8lc5kw8-60" vertex="1">
                    <mxGeometry width="30" height="30" as="geometry">
                        <mxRectangle width="30" height="30" as="alternateBounds"/>
                    </mxGeometry>
                </mxCell>
                <mxCell id="Ss69--j9Xr4CP8lc5kw8-62" value="string" style="shape=partialRectangle;connectable=0;fillColor=none;top=0;left=0;bottom=0;right=0;align=center;spacingLeft=6;overflow=hidden;whiteSpace=wrap;html=1;rounded=1;strokeColor=#BAC8D3;fontColor=#EEEEEE;fontStyle=0;labelBackgroundColor=none;" parent="Ss69--j9Xr4CP8lc5kw8-60" vertex="1">
                    <mxGeometry x="30" width="60" height="30" as="geometry">
                        <mxRectangle width="60" height="30" as="alternateBounds"/>
                    </mxGeometry>
                </mxCell>
-                 <mxCell id="Ss69--j9Xr4CP8lc5kw8-63" value="secret_key" style="shape=partialRectangle;connectable=0;fillColor=none;top=0;left=0;bottom=0;right=0;align=left;spacingLeft=6;overflow=hidden;whiteSpace=wrap;html=1;rounded=1;strokeColor=#BAC8D3;fontColor=#EEEEEE;labelBackgroundColor=none;" parent="Ss69--j9Xr4CP8lc5kw8-60" vertex="1">
-                     <mxGeometry x="90" width="150" height="30" as="geometry">
-                         <mxRectangle width="150" height="30" as="alternateBounds"/>
-                     </mxGeometry>
-                 </mxCell>
-                 <mxCell id="Ss69--j9Xr4CP8lc5kw8-68" style="edgeStyle=orthogonalEdgeStyle;rounded=1;orthogonalLoop=1;jettySize=auto;html=1;strokeColor=#0B4D6A;" parent="1" source="Ss69--j9Xr4CP8lc5kw8-60" target="Ss69--j9Xr4CP8lc5kw8-49" edge="1">
-                     <mxGeometry relative="1" as="geometry"/>
+                 <mxCell id="Ss69--j9Xr4CP8lc5kw8-63" value="value" style="shape=partialRectangle;connectable=0;fillColor=none;top=0;left=0;bottom=0;right=0;align=left;spacingLeft=6;overflow=hidden;whiteSpace=wrap;html=1;rounded=1;strokeColor=#BAC8D3;fontColor=#EEEEEE;labelBackgroundColor=none;" parent="Ss69--j9Xr4CP8lc5kw8-60" vertex="1">
+                     <mxGeometry x="90" width="150" height="30" as="geometry">
+                         <mxRectangle width="150" height="30" as="alternateBounds"/>
+                     </mxGeometry>
                </mxCell>
                <mxCell id="Ss69--j9Xr4CP8lc5kw8-69" style="edgeStyle=orthogonalEdgeStyle;rounded=1;orthogonalLoop=1;jettySize=auto;html=1;strokeColor=#0B4D6A;" parent="1" source="WeMIfrzVzb1mhSaOXlbd-31" target="Ss69--j9Xr4CP8lc5kw8-52" edge="1">
                    <mxGeometry relative="1" as="geometry"/>
                </mxCell>
                <mxCell id="Ss69--j9Xr4CP8lc5kw8-70" value="Keycloak" style="shape=datastore;whiteSpace=wrap;html=1;strokeColor=#BAC8D3;fontColor=#EEEEEE;fillColor=#09555B;rounded=1;" parent="1" vertex="1">
                    <mxGeometry x="1191" width="60" height="60" as="geometry"/>
                </mxCell>
                <mxCell id="Ss69--j9Xr4CP8lc5kw8-71" style="edgeStyle=orthogonalEdgeStyle;rounded=1;orthogonalLoop=1;jettySize=auto;html=1;strokeColor=#0B4D6A;" parent="1" source="9z7OLy6JW_8dJLC3T-MT-43" target="Ss69--j9Xr4CP8lc5kw8-70" edge="1">
                    <mxGeometry relative="1" as="geometry"/>
+                 </mxCell>
+                 <mxCell id="2" value="List" style="swimlane;fontStyle=0;childLayout=stackLayout;horizontal=1;startSize=30;horizontalStack=0;resizeParent=1;resizeParentMax=0;resizeLast=0;collapsible=1;marginBottom=0;whiteSpace=wrap;html=1;rounded=1;" parent="1" vertex="1">
+                     <mxGeometry x="1514" y="-214" width="140" height="120" as="geometry"/>
+                 </mxCell>
+                 <mxCell id="3" value="full" style="text;align=left;verticalAlign=middle;spacingLeft=4;spacingRight=4;overflow=hidden;points=[[0,0.5],[1,0.5]];portConstraint=eastwest;rotatable=0;whiteSpace=wrap;html=1;rounded=1;" parent="2" vertex="1">
+                     <mxGeometry y="30" width="140" height="30" as="geometry"/>
+                 </mxCell>
+                 <mxCell id="4" value="part" style="text;strokeColor=none;fillColor=none;align=left;verticalAlign=middle;spacingLeft=4;spacingRight=4;overflow=hidden;points=[[0,0.5],[1,0.5]];portConstraint=eastwest;rotatable=0;whiteSpace=wrap;html=1;rounded=1;" parent="2" vertex="1">
+                     <mxGeometry y="60" width="140" height="30" as="geometry"/>
+                 </mxCell>
+                 <mxCell id="5" value="none" style="text;strokeColor=none;fillColor=none;align=left;verticalAlign=middle;spacingLeft=4;spacingRight=4;overflow=hidden;points=[[0,0.5],[1,0.5]];portConstraint=eastwest;rotatable=0;whiteSpace=wrap;html=1;rounded=1;" parent="2" vertex="1">
+                     <mxGeometry y="90" width="140" height="30" as="geometry"/>
                </mxCell>
            </root>
        </mxGraphModel>
    </diagram>
</mxfile>